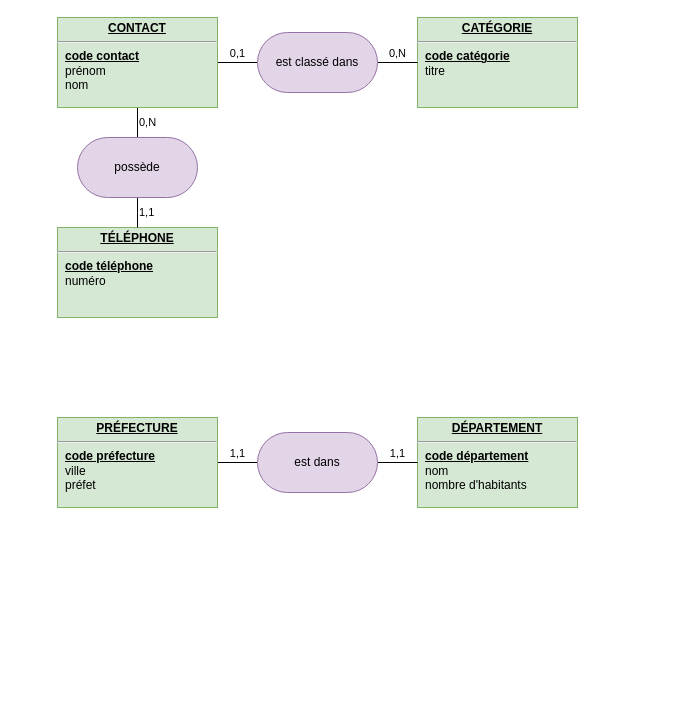
This is page "schémas_base" (1 of 3) of mcd-vers-mld/ressources/schemas.drawio from sebastien-raud/sebastien-raud.github.io, a draw.io file, before an edit. Source tidied: cells renumbered, new cells numbered last; positions are measured from the earlier drawing's top-left corner, leaving out a move shared by most shapes. Both pictures are drawn from the tidied source at 100%, with x=0, y=0 at pixel (57, 17).
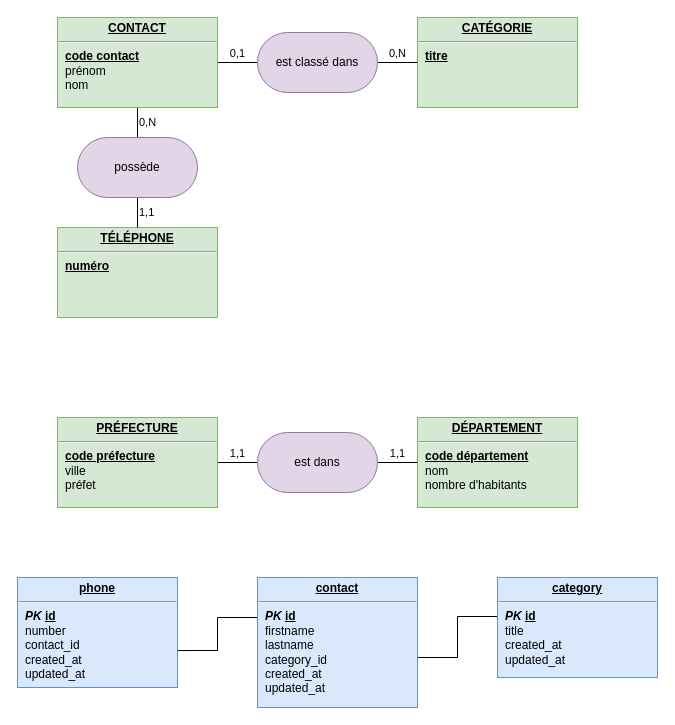
The same page after the edit.

Diff of the diagram source:
```diff
@@
-    <mxCell id="5" value="&lt;p style=&quot;margin:0px;margin-top:4px;text-align:center;text-decoration:underline;&quot;&gt;&lt;b&gt;TÉLÉPHONE&lt;/b&gt;&lt;/p&gt;&lt;hr&gt;&lt;p style=&quot;margin:0px;margin-left:8px;&quot;&gt;&lt;u&gt;&lt;b&gt;code téléphone&lt;/b&gt;&lt;/u&gt;&lt;/p&gt;&lt;p style=&quot;margin:0px;margin-left:8px;&quot;&gt;numéro&lt;/p&gt;" style="verticalAlign=top;align=left;overflow=fill;fontSize=12;fontFamily=Helvetica;html=1;fillColor=#d5e8d4;strokeColor=#82b366;rounded=0;" parent="1" vertex="1">
+    <mxCell id="5" value="&lt;p style=&quot;margin:0px;margin-top:4px;text-align:center;text-decoration:underline;&quot;&gt;&lt;b&gt;TÉLÉPHONE&lt;/b&gt;&lt;/p&gt;&lt;hr&gt;&lt;p style=&quot;margin:0px;margin-left:8px;&quot;&gt;&lt;span style=&quot;background-color: initial;&quot;&gt;&lt;b&gt;&lt;u&gt;numéro&lt;/u&gt;&lt;/b&gt;&lt;/span&gt;&lt;br&gt;&lt;/p&gt;" style="verticalAlign=top;align=left;overflow=fill;fontSize=12;fontFamily=Helvetica;html=1;fillColor=#d5e8d4;strokeColor=#82b366;rounded=0;" parent="1" vertex="1">
       <mxGeometry y="210" width="160" height="90" as="geometry" />
     </mxCell>
-    <mxCell id="6" value="&lt;p style=&quot;margin:0px;margin-top:4px;text-align:center;text-decoration:underline;&quot;&gt;&lt;b&gt;CATÉGORIE&lt;/b&gt;&lt;/p&gt;&lt;hr&gt;&lt;p style=&quot;margin:0px;margin-left:8px;&quot;&gt;&lt;u&gt;&lt;b&gt;code catégorie&lt;/b&gt;&lt;/u&gt;&lt;/p&gt;&lt;p style=&quot;margin:0px;margin-left:8px;&quot;&gt;titre&lt;/p&gt;" style="verticalAlign=top;align=left;overflow=fill;fontSize=12;fontFamily=Helvetica;html=1;fillColor=#d5e8d4;strokeColor=#82b366;rounded=0;" parent="1" vertex="1">
+    <mxCell id="6" value="&lt;p style=&quot;margin:0px;margin-top:4px;text-align:center;text-decoration:underline;&quot;&gt;&lt;b&gt;CATÉGORIE&lt;/b&gt;&lt;/p&gt;&lt;hr&gt;&lt;p style=&quot;margin:0px;margin-left:8px;&quot;&gt;&lt;span style=&quot;background-color: initial;&quot;&gt;&lt;b&gt;&lt;u&gt;titre&lt;/u&gt;&lt;/b&gt;&lt;/span&gt;&lt;br&gt;&lt;/p&gt;" style="verticalAlign=top;align=left;overflow=fill;fontSize=12;fontFamily=Helvetica;html=1;fillColor=#d5e8d4;strokeColor=#82b366;rounded=0;" parent="1" vertex="1">
       <mxGeometry x="360" width="160" height="90" as="geometry" />
     </mxCell>
@@
+    <mxCell id="16" style="endArrow=none;html=1;rounded=0;exitX=0.994;exitY=0.664;exitDx=0;exitDy=0;exitPerimeter=0;" parent="1" edge="1" source="18">
+      <mxGeometry relative="1" as="geometry">
+        <mxPoint x="200" y="600" as="targetPoint" />
+        <Array as="points">
+          <mxPoint x="160" y="633" />
+          <mxPoint x="160" y="600" />
+        </Array>
+      </mxGeometry>
+    </mxCell>
+    <mxCell id="17" style="endArrow=none;html=1;rounded=0;entryX=0;entryY=0.39;entryDx=0;entryDy=0;entryPerimeter=0;" parent="1" edge="1" target="20">
+      <mxGeometry relative="1" as="geometry">
+        <mxPoint x="360" y="640" as="sourcePoint" />
+        <Array as="points">
+          <mxPoint x="400" y="640" />
+          <mxPoint x="400" y="599" />
+        </Array>
+      </mxGeometry>
+    </mxCell>
+    <mxCell id="18" value="&lt;p style=&quot;margin:0px;margin-top:4px;text-align:center;text-decoration:underline;&quot;&gt;&lt;b&gt;phone&lt;/b&gt;&lt;/p&gt;&lt;hr&gt;&lt;p style=&quot;margin:0px;margin-left:8px;&quot;&gt;&lt;span style=&quot;background-color: initial;&quot;&gt;&lt;b&gt;&lt;i&gt;PK &lt;/i&gt;&lt;u&gt;id&lt;/u&gt;&lt;/b&gt;&lt;/span&gt;&lt;br&gt;&lt;/p&gt;&lt;p style=&quot;margin:0px;margin-left:8px;&quot;&gt;&lt;span style=&quot;background-color: initial;&quot;&gt;number&lt;/span&gt;&lt;/p&gt;&lt;p style=&quot;margin:0px;margin-left:8px;&quot;&gt;&lt;span style=&quot;background-color: initial;&quot;&gt;contact_id&lt;/span&gt;&lt;/p&gt;&lt;p style=&quot;margin:0px;margin-left:8px;&quot;&gt;&lt;span style=&quot;background-color: initial;&quot;&gt;created_at&lt;/span&gt;&lt;/p&gt;&lt;p style=&quot;margin:0px;margin-left:8px;&quot;&gt;&lt;span style=&quot;background-color: initial;&quot;&gt;updated_at&lt;/span&gt;&lt;/p&gt;" style="verticalAlign=top;align=left;overflow=fill;fontSize=12;fontFamily=Helvetica;html=1;fillColor=#dae8fc;strokeColor=#6c8ebf;rounded=0;" parent="1" vertex="1">
+      <mxGeometry x="-40" y="560" width="160" height="110" as="geometry" />
+    </mxCell>
+    <mxCell id="19" value="&lt;p style=&quot;margin:0px;margin-top:4px;text-align:center;text-decoration:underline;&quot;&gt;&lt;b&gt;contact&lt;/b&gt;&lt;/p&gt;&lt;hr&gt;&lt;p style=&quot;margin:0px;margin-left:8px;&quot;&gt;&lt;b&gt;&lt;i&gt;PK&lt;/i&gt;&lt;/b&gt; &lt;b style=&quot;text-decoration-line: underline;&quot;&gt;id&lt;/b&gt;&lt;/p&gt;&lt;p style=&quot;margin:0px;margin-left:8px;&quot;&gt;firstname&lt;/p&gt;&lt;p style=&quot;margin:0px;margin-left:8px;&quot;&gt;lastname&lt;/p&gt;&lt;p style=&quot;margin:0px;margin-left:8px;&quot;&gt;category_id&lt;/p&gt;&lt;p style=&quot;border-color: var(--border-color); margin: 0px 0px 0px 8px;&quot;&gt;created_at&lt;/p&gt;&lt;p style=&quot;border-color: var(--border-color); margin: 0px 0px 0px 8px;&quot;&gt;&lt;span style=&quot;border-color: var(--border-color); background-color: initial;&quot;&gt;updated_at&lt;/span&gt;&lt;/p&gt;" style="verticalAlign=top;align=left;overflow=fill;fontSize=12;fontFamily=Helvetica;html=1;fillColor=#dae8fc;strokeColor=#6c8ebf;rounded=0;" parent="1" vertex="1">
+      <mxGeometry x="200" y="560" width="160" height="130" as="geometry" />
+    </mxCell>
+    <mxCell id="20" value="&lt;p style=&quot;margin:0px;margin-top:4px;text-align:center;text-decoration:underline;&quot;&gt;&lt;b&gt;category&lt;/b&gt;&lt;/p&gt;&lt;hr&gt;&lt;p style=&quot;margin:0px;margin-left:8px;&quot;&gt;&lt;span style=&quot;background-color: initial;&quot;&gt;&lt;b&gt;&lt;i&gt;PK &lt;/i&gt;&lt;u&gt;id&lt;/u&gt;&lt;/b&gt;&lt;/span&gt;&lt;br&gt;&lt;/p&gt;&lt;p style=&quot;margin:0px;margin-left:8px;&quot;&gt;&lt;span style=&quot;background-color: initial;&quot;&gt;title&lt;/span&gt;&lt;/p&gt;&lt;p style=&quot;border-color: var(--border-color); margin: 0px 0px 0px 8px;&quot;&gt;created_at&lt;/p&gt;&lt;p style=&quot;border-color: var(--border-color); margin: 0px 0px 0px 8px;&quot;&gt;&lt;span style=&quot;border-color: var(--border-color); background-color: initial;&quot;&gt;updated_at&lt;/span&gt;&lt;/p&gt;" style="verticalAlign=top;align=left;overflow=fill;fontSize=12;fontFamily=Helvetica;html=1;fillColor=#dae8fc;strokeColor=#6c8ebf;rounded=0;" parent="1" vertex="1">
+      <mxGeometry x="440" y="560" width="160" height="100" as="geometry" />
+    </mxCell>
```
